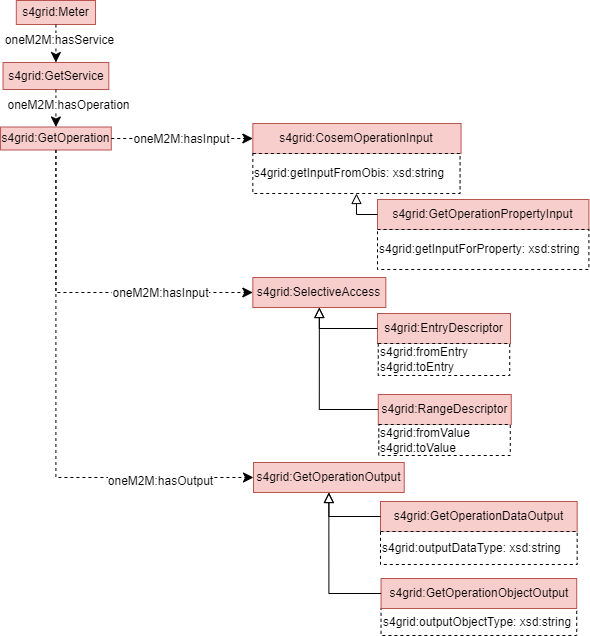
Earlier version of the draw.io export documentation/diagrams/SAREF4GRID_Get_service.png (Sergio-Carulli/saref4grid). Source tidied: cells renumbered, new cells last; positions are measured from the earlier drawing's top-left corner, leaving out a move shared by most shapes. Source of this version:
```xml
<mxGraphModel>
  <root>
    <mxCell id="0" />
    <mxCell id="1" parent="0" />
    <mxCell id="2" value="s4grid:Meter" style="rounded=0;whiteSpace=wrap;html=1;snapToPoint=1;points=[[0.1,0],[0.2,0],[0.3,0],[0.4,0],[0.5,0],[0.6,0],[0.7,0],[0.8,0],[0.9,0],[0,0.1],[0,0.3],[0,0.5],[0,0.7],[0,0.9],[0.1,1],[0.2,1],[0.3,1],[0.4,1],[0.5,1],[0.6,1],[0.7,1],[0.8,1],[0.9,1],[1,0.1],[1,0.3],[1,0.5],[1,0.7],[1,0.9]];fillColor=#f8cecc;strokeColor=#b85450;" parent="1" vertex="1">
      <mxGeometry x="15.8" width="79.2" height="24" as="geometry" />
    </mxCell>
    <mxCell id="3" value="s4grid:GetService" style="rounded=0;whiteSpace=wrap;html=1;snapToPoint=1;points=[[0.1,0],[0.2,0],[0.3,0],[0.4,0],[0.5,0],[0.6,0],[0.7,0],[0.8,0],[0.9,0],[0,0.1],[0,0.3],[0,0.5],[0,0.7],[0,0.9],[0.1,1],[0.2,1],[0.3,1],[0.4,1],[0.5,1],[0.6,1],[0.7,1],[0.8,1],[0.9,1],[1,0.1],[1,0.3],[1,0.5],[1,0.7],[1,0.9]];fillColor=#f8cecc;strokeColor=#b85450;" parent="1" vertex="1">
      <mxGeometry x="2.5" y="62" width="105.8" height="27" as="geometry" />
    </mxCell>
    <mxCell id="4" style="endArrow=classic;html=1;endSize=8;arcSize=0;rounded=0;entryX=0.5;entryY=0;entryDx=0;entryDy=0;dashed=1;exitX=0.5;exitY=1;exitDx=0;exitDy=0;" parent="1" edge="1" source="2" target="3">
      <mxGeometry relative="1" as="geometry" />
    </mxCell>
    <mxCell id="5" value="&lt;div&gt;oneM2M:hasService&lt;/div&gt;" style="text;html=1;align=center;verticalAlign=middle;labelBackgroundColor=#ffffff;" parent="4" vertex="1">
      <mxGeometry x="-0.13" relative="1" as="geometry">
        <mxPoint x="3" y="-2" as="offset" />
      </mxGeometry>
    </mxCell>
    <mxCell id="6" value="s4grid:GetOperation" style="rounded=0;whiteSpace=wrap;html=1;snapToPoint=1;points=[[0.1,0],[0.2,0],[0.3,0],[0.4,0],[0.5,0],[0.6,0],[0.7,0],[0.8,0],[0.9,0],[0,0.1],[0,0.3],[0,0.5],[0,0.7],[0,0.9],[0.1,1],[0.2,1],[0.3,1],[0.4,1],[0.5,1],[0.6,1],[0.7,1],[0.8,1],[0.9,1],[1,0.1],[1,0.3],[1,0.5],[1,0.7],[1,0.9]];fillColor=#f8cecc;strokeColor=#b85450;" parent="1" vertex="1">
      <mxGeometry x="0.1" y="126.5" width="110.7" height="23" as="geometry" />
    </mxCell>
    <mxCell id="7" style="endArrow=classic;html=1;endSize=8;arcSize=0;rounded=0;entryX=0.5;entryY=0;entryDx=0;entryDy=0;exitX=0.5;exitY=1;exitDx=0;exitDy=0;dashed=1;" parent="1" edge="1" source="3" target="6">
      <mxGeometry relative="1" as="geometry" />
    </mxCell>
    <mxCell id="8" value="&lt;div&gt;oneM2M:hasOperation&lt;/div&gt;" style="text;html=1;align=center;verticalAlign=middle;labelBackgroundColor=#ffffff;" parent="7" vertex="1">
      <mxGeometry x="-0.13" relative="1" as="geometry">
        <mxPoint x="12" y="-1" as="offset" />
      </mxGeometry>
    </mxCell>
    <mxCell id="9" value="s4grid:CosemOperationInput" style="rounded=0;whiteSpace=wrap;html=1;snapToPoint=1;points=[[0.1,0],[0.2,0],[0.3,0],[0.4,0],[0.5,0],[0.6,0],[0.7,0],[0.8,0],[0.9,0],[0,0.1],[0,0.3],[0,0.5],[0,0.7],[0,0.9],[0.1,1],[0.2,1],[0.3,1],[0.4,1],[0.5,1],[0.6,1],[0.7,1],[0.8,1],[0.9,1],[1,0.1],[1,0.3],[1,0.5],[1,0.7],[1,0.9]];fillColor=#f8cecc;strokeColor=#b85450;" parent="1" vertex="1">
      <mxGeometry x="252.3" y="123" width="208.2" height="30" as="geometry" />
    </mxCell>
    <mxCell id="10" value="s4grid:getInputFromObis: xsd:string" style="rounded=0;whiteSpace=wrap;html=1;snapToPoint=1;points=[[0.1,0],[0.2,0],[0.3,0],[0.4,0],[0.5,0],[0.6,0],[0.7,0],[0.8,0],[0.9,0],[0,0.1],[0,0.3],[0,0.5],[0,0.7],[0,0.9],[0.1,1],[0.2,1],[0.3,1],[0.4,1],[0.5,1],[0.6,1],[0.7,1],[0.8,1],[0.9,1],[1,0.1],[1,0.3],[1,0.5],[1,0.7],[1,0.9]];dashed=1;align=left;" parent="1" vertex="1">
      <mxGeometry x="252.3" y="153" width="207.2" height="40" as="geometry" />
    </mxCell>
    <mxCell id="11" value="s4grid:SelectiveAccess" style="rounded=0;whiteSpace=wrap;html=1;snapToPoint=1;points=[[0.1,0],[0.2,0],[0.3,0],[0.4,0],[0.5,0],[0.6,0],[0.7,0],[0.8,0],[0.9,0],[0,0.1],[0,0.3],[0,0.5],[0,0.7],[0,0.9],[0.1,1],[0.2,1],[0.3,1],[0.4,1],[0.5,1],[0.6,1],[0.7,1],[0.8,1],[0.9,1],[1,0.1],[1,0.3],[1,0.5],[1,0.7],[1,0.9]];fillColor=#f8cecc;strokeColor=#b85450;" parent="1" vertex="1">
      <mxGeometry x="252.3" y="277" width="133" height="30" as="geometry" />
    </mxCell>
    <mxCell id="12" value="s4grid:RangeDescriptor" style="rounded=0;whiteSpace=wrap;html=1;snapToPoint=1;points=[[0.1,0],[0.2,0],[0.3,0],[0.4,0],[0.5,0],[0.6,0],[0.7,0],[0.8,0],[0.9,0],[0,0.1],[0,0.3],[0,0.5],[0,0.7],[0,0.9],[0.1,1],[0.2,1],[0.3,1],[0.4,1],[0.5,1],[0.6,1],[0.7,1],[0.8,1],[0.9,1],[1,0.1],[1,0.3],[1,0.5],[1,0.7],[1,0.9]];fillColor=#f8cecc;strokeColor=#b85450;" parent="1" vertex="1">
      <mxGeometry x="377.8" y="394" width="133" height="30" as="geometry" />
    </mxCell>
    <mxCell id="13" value="s4grid:EntryDescriptor" style="rounded=0;whiteSpace=wrap;html=1;snapToPoint=1;points=[[0.1,0],[0.2,0],[0.3,0],[0.4,0],[0.5,0],[0.6,0],[0.7,0],[0.8,0],[0.9,0],[0,0.1],[0,0.3],[0,0.5],[0,0.7],[0,0.9],[0.1,1],[0.2,1],[0.3,1],[0.4,1],[0.5,1],[0.6,1],[0.7,1],[0.8,1],[0.9,1],[1,0.1],[1,0.3],[1,0.5],[1,0.7],[1,0.9]];fillColor=#f8cecc;strokeColor=#b85450;" parent="1" vertex="1">
      <mxGeometry x="377" y="313" width="133" height="30" as="geometry" />
    </mxCell>
    <mxCell id="14" value="s4grid:fromValue&lt;br&gt;s4grid:toValue" style="rounded=0;whiteSpace=wrap;html=1;dashed=1;align=left;" parent="1" vertex="1">
      <mxGeometry x="378.3" y="424" width="131.5" height="31" as="geometry" />
    </mxCell>
    <mxCell id="15" value="s4grid:fromEntry&lt;br&gt;s4grid:toEntry" style="rounded=0;whiteSpace=wrap;html=1;dashed=1;align=left;" parent="1" vertex="1">
      <mxGeometry x="377.8" y="343" width="131.5" height="32" as="geometry" />
    </mxCell>
    <mxCell id="16" style="endArrow=block;html=1;fontColor=#000099;exitX=0;exitY=0.5;exitDx=0;exitDy=0;endFill=0;endSize=8;arcSize=0;rounded=0;entryX=0.5;entryY=1;entryDx=0;entryDy=0;edgeStyle=orthogonalEdgeStyle;" parent="1" edge="1" source="12" target="11">
      <mxGeometry relative="1" as="geometry" />
    </mxCell>
    <mxCell id="17" style="endArrow=block;html=1;fontColor=#000099;exitX=0;exitY=0.5;exitDx=0;exitDy=0;endFill=0;endSize=8;arcSize=0;rounded=0;entryX=0.5;entryY=1;entryDx=0;entryDy=0;edgeStyle=orthogonalEdgeStyle;" parent="1" edge="1" source="13" target="11">
      <mxGeometry relative="1" as="geometry" />
    </mxCell>
    <mxCell id="18" value="s4grid:GetOperationOutput" style="rounded=0;whiteSpace=wrap;html=1;snapToPoint=1;points=[[0.1,0],[0.2,0],[0.3,0],[0.4,0],[0.5,0],[0.6,0],[0.7,0],[0.8,0],[0.9,0],[0,0.1],[0,0.3],[0,0.5],[0,0.7],[0,0.9],[0.1,1],[0.2,1],[0.3,1],[0.4,1],[0.5,1],[0.6,1],[0.7,1],[0.8,1],[0.9,1],[1,0.1],[1,0.3],[1,0.5],[1,0.7],[1,0.9]];fillColor=#f8cecc;strokeColor=#b85450;" parent="1" vertex="1">
      <mxGeometry x="253" y="462" width="150.7" height="30" as="geometry" />
    </mxCell>
    <mxCell id="19" value="s4grid:outputObjectType: xsd:string" style="rounded=0;whiteSpace=wrap;html=1;dashed=1;align=left;" parent="1" vertex="1">
      <mxGeometry x="380.5" y="608" width="195.7" height="27" as="geometry" />
    </mxCell>
    <mxCell id="20" value="s4grid:GetOperationDataOutput" style="rounded=0;whiteSpace=wrap;html=1;snapToPoint=1;points=[[0.1,0],[0.2,0],[0.3,0],[0.4,0],[0.5,0],[0.6,0],[0.7,0],[0.8,0],[0.9,0],[0,0.1],[0,0.3],[0,0.5],[0,0.7],[0,0.9],[0.1,1],[0.2,1],[0.3,1],[0.4,1],[0.5,1],[0.6,1],[0.7,1],[0.8,1],[0.9,1],[1,0.1],[1,0.3],[1,0.5],[1,0.7],[1,0.9]];fillColor=#f8cecc;strokeColor=#b85450;" parent="1" vertex="1">
      <mxGeometry x="380" y="501" width="196.7" height="30" as="geometry" />
    </mxCell>
    <mxCell id="21" value="s4grid:GetOperationObjectOutput" style="rounded=0;whiteSpace=wrap;html=1;snapToPoint=1;points=[[0.1,0],[0.2,0],[0.3,0],[0.4,0],[0.5,0],[0.6,0],[0.7,0],[0.8,0],[0.9,0],[0,0.1],[0,0.3],[0,0.5],[0,0.7],[0,0.9],[0.1,1],[0.2,1],[0.3,1],[0.4,1],[0.5,1],[0.6,1],[0.7,1],[0.8,1],[0.9,1],[1,0.1],[1,0.3],[1,0.5],[1,0.7],[1,0.9]];fillColor=#f8cecc;strokeColor=#b85450;" parent="1" vertex="1">
      <mxGeometry x="380.5" y="578" width="195.7" height="30" as="geometry" />
    </mxCell>
    <mxCell id="22" style="endArrow=block;html=1;fontColor=#000099;exitX=0;exitY=0.5;exitDx=0;exitDy=0;endFill=0;endSize=8;arcSize=0;rounded=0;entryX=0.5;entryY=1;entryDx=0;entryDy=0;edgeStyle=orthogonalEdgeStyle;" parent="1" edge="1" source="20" target="18">
      <mxGeometry relative="1" as="geometry" />
    </mxCell>
    <mxCell id="23" style="endArrow=block;html=1;fontColor=#000099;exitX=0;exitY=0.5;exitDx=0;exitDy=0;endFill=0;endSize=8;arcSize=0;rounded=0;entryX=0.5;entryY=1;entryDx=0;entryDy=0;edgeStyle=orthogonalEdgeStyle;" parent="1" edge="1" source="21" target="18">
      <mxGeometry relative="1" as="geometry" />
    </mxCell>
    <mxCell id="24" value="s4grid:outputDataType: xsd:string" style="rounded=0;whiteSpace=wrap;html=1;dashed=1;align=left;" parent="1" vertex="1">
      <mxGeometry x="380" y="531" width="196.7" height="33" as="geometry" />
    </mxCell>
    <mxCell id="25" value="s4grid:GetOperationPropertyInput" style="rounded=0;whiteSpace=wrap;html=1;snapToPoint=1;points=[[0.1,0],[0.2,0],[0.3,0],[0.4,0],[0.5,0],[0.6,0],[0.7,0],[0.8,0],[0.9,0],[0,0.1],[0,0.3],[0,0.5],[0,0.7],[0,0.9],[0.1,1],[0.2,1],[0.3,1],[0.4,1],[0.5,1],[0.6,1],[0.7,1],[0.8,1],[0.9,1],[1,0.1],[1,0.3],[1,0.5],[1,0.7],[1,0.9]];fillColor=#f8cecc;strokeColor=#b85450;" parent="1" vertex="1">
      <mxGeometry x="377" y="199" width="211.4" height="30" as="geometry" />
    </mxCell>
    <mxCell id="26" value="s4grid:getInputForProperty: xsd:string" style="rounded=0;whiteSpace=wrap;html=1;dashed=1;align=left;" parent="1" vertex="1">
      <mxGeometry x="377" y="229" width="211.4" height="40" as="geometry" />
    </mxCell>
    <mxCell id="27" style="endArrow=block;html=1;fontColor=#000099;exitX=0;exitY=0.5;exitDx=0;exitDy=0;endFill=0;endSize=8;arcSize=0;rounded=0;edgeStyle=orthogonalEdgeStyle;entryX=0.5;entryY=1;entryDx=0;entryDy=0;" parent="1" edge="1" source="25" target="10">
      <mxGeometry relative="1" as="geometry" />
    </mxCell>
    <mxCell id="28" style="endArrow=classic;html=1;endSize=8;arcSize=0;rounded=0;entryX=0;entryY=0.5;entryDx=0;entryDy=0;exitX=1;exitY=0.5;exitDx=0;exitDy=0;dashed=1;edgeStyle=orthogonalEdgeStyle;" parent="1" edge="1" source="6" target="9">
      <mxGeometry relative="1" as="geometry" />
    </mxCell>
    <mxCell id="29" value="oneM2M:hasInput" style="text;html=1;align=center;verticalAlign=middle;labelBackgroundColor=#ffffff;" parent="1" vertex="1">
      <mxGeometry x="180" y="138" as="geometry" />
    </mxCell>
    <mxCell id="30" style="endArrow=classic;html=1;endSize=8;arcSize=0;rounded=0;entryX=0;entryY=0.5;entryDx=0;entryDy=0;exitX=0.5;exitY=1;exitDx=0;exitDy=0;dashed=1;edgeStyle=orthogonalEdgeStyle;" parent="1" edge="1" source="6" target="11">
      <mxGeometry relative="1" as="geometry" />
    </mxCell>
    <mxCell id="31" value="oneM2M:hasInput" style="text;html=1;align=center;verticalAlign=middle;labelBackgroundColor=#ffffff;" parent="1" vertex="1">
      <mxGeometry x="159" y="292" as="geometry" />
    </mxCell>
    <mxCell id="32" style="endArrow=classic;html=1;endSize=8;arcSize=0;rounded=0;entryX=0;entryY=0.5;entryDx=0;entryDy=0;exitX=0.5;exitY=1;exitDx=0;exitDy=0;dashed=1;edgeStyle=orthogonalEdgeStyle;" parent="1" edge="1" source="6" target="18">
      <mxGeometry relative="1" as="geometry" />
    </mxCell>
    <mxCell id="33" value="oneM2M:hasOutput" style="text;html=1;align=center;verticalAlign=middle;labelBackgroundColor=#ffffff;" parent="1" vertex="1">
      <mxGeometry x="159" y="480" as="geometry" />
    </mxCell>
  </root>
</mxGraphModel>
```
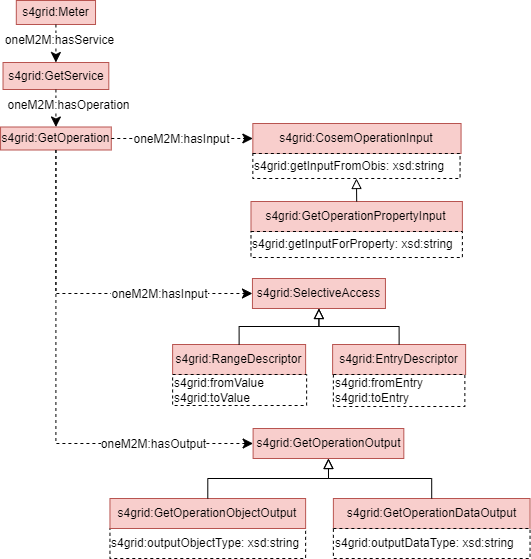
After the commit.

Change to the diagram source:
```diff
@@ -31,57 +31,57 @@
       <mxGeometry x="252.3" y="123" width="208.2" height="30" as="geometry" />
     </mxCell>
     <mxCell id="10" value="s4grid:getInputFromObis: xsd:string" style="rounded=0;whiteSpace=wrap;html=1;snapToPoint=1;points=[[0.1,0],[0.2,0],[0.3,0],[0.4,0],[0.5,0],[0.6,0],[0.7,0],[0.8,0],[0.9,0],[0,0.1],[0,0.3],[0,0.5],[0,0.7],[0,0.9],[0.1,1],[0.2,1],[0.3,1],[0.4,1],[0.5,1],[0.6,1],[0.7,1],[0.8,1],[0.9,1],[1,0.1],[1,0.3],[1,0.5],[1,0.7],[1,0.9]];dashed=1;align=left;" parent="1" vertex="1">
-      <mxGeometry x="252.3" y="153" width="207.2" height="40" as="geometry" />
+      <mxGeometry x="252.3" y="153" width="207.2" height="25" as="geometry" />
     </mxCell>
     <mxCell id="11" value="s4grid:SelectiveAccess" style="rounded=0;whiteSpace=wrap;html=1;snapToPoint=1;points=[[0.1,0],[0.2,0],[0.3,0],[0.4,0],[0.5,0],[0.6,0],[0.7,0],[0.8,0],[0.9,0],[0,0.1],[0,0.3],[0,0.5],[0,0.7],[0,0.9],[0.1,1],[0.2,1],[0.3,1],[0.4,1],[0.5,1],[0.6,1],[0.7,1],[0.8,1],[0.9,1],[1,0.1],[1,0.3],[1,0.5],[1,0.7],[1,0.9]];fillColor=#f8cecc;strokeColor=#b85450;" parent="1" vertex="1">
-      <mxGeometry x="252.3" y="277" width="133" height="30" as="geometry" />
+      <mxGeometry x="251.9" y="278" width="133" height="30" as="geometry" />
     </mxCell>
     <mxCell id="12" value="s4grid:RangeDescriptor" style="rounded=0;whiteSpace=wrap;html=1;snapToPoint=1;points=[[0.1,0],[0.2,0],[0.3,0],[0.4,0],[0.5,0],[0.6,0],[0.7,0],[0.8,0],[0.9,0],[0,0.1],[0,0.3],[0,0.5],[0,0.7],[0,0.9],[0.1,1],[0.2,1],[0.3,1],[0.4,1],[0.5,1],[0.6,1],[0.7,1],[0.8,1],[0.9,1],[1,0.1],[1,0.3],[1,0.5],[1,0.7],[1,0.9]];fillColor=#f8cecc;strokeColor=#b85450;" parent="1" vertex="1">
-      <mxGeometry x="377.8" y="394" width="133" height="30" as="geometry" />
+      <mxGeometry x="172.1" y="344" width="133" height="30" as="geometry" />
     </mxCell>
     <mxCell id="13" value="s4grid:EntryDescriptor" style="rounded=0;whiteSpace=wrap;html=1;snapToPoint=1;points=[[0.1,0],[0.2,0],[0.3,0],[0.4,0],[0.5,0],[0.6,0],[0.7,0],[0.8,0],[0.9,0],[0,0.1],[0,0.3],[0,0.5],[0,0.7],[0,0.9],[0.1,1],[0.2,1],[0.3,1],[0.4,1],[0.5,1],[0.6,1],[0.7,1],[0.8,1],[0.9,1],[1,0.1],[1,0.3],[1,0.5],[1,0.7],[1,0.9]];fillColor=#f8cecc;strokeColor=#b85450;" parent="1" vertex="1">
-      <mxGeometry x="377" y="313" width="133" height="30" as="geometry" />
+      <mxGeometry x="332.1" y="344" width="133" height="30" as="geometry" />
     </mxCell>
     <mxCell id="14" value="s4grid:fromValue&lt;br&gt;s4grid:toValue" style="rounded=0;whiteSpace=wrap;html=1;dashed=1;align=left;" parent="1" vertex="1">
-      <mxGeometry x="378.3" y="424" width="131.5" height="31" as="geometry" />
+      <mxGeometry x="172.1" y="374" width="134" height="31" as="geometry" />
     </mxCell>
     <mxCell id="15" value="s4grid:fromEntry&lt;br&gt;s4grid:toEntry" style="rounded=0;whiteSpace=wrap;html=1;dashed=1;align=left;" parent="1" vertex="1">
-      <mxGeometry x="377.8" y="343" width="131.5" height="32" as="geometry" />
+      <mxGeometry x="332.9" y="374" width="131.5" height="32" as="geometry" />
     </mxCell>
-    <mxCell id="16" style="endArrow=block;html=1;fontColor=#000099;exitX=0;exitY=0.5;exitDx=0;exitDy=0;endFill=0;endSize=8;arcSize=0;rounded=0;entryX=0.5;entryY=1;entryDx=0;entryDy=0;edgeStyle=orthogonalEdgeStyle;" parent="1" edge="1" source="12" target="11">
+    <mxCell id="16" style="endArrow=block;html=1;fontColor=#000099;exitX=0.5;exitY=0;exitDx=0;exitDy=0;endFill=0;endSize=8;arcSize=0;rounded=0;entryX=0.5;entryY=1;entryDx=0;entryDy=0;edgeStyle=orthogonalEdgeStyle;" parent="1" edge="1" source="12" target="11">
       <mxGeometry relative="1" as="geometry" />
     </mxCell>
-    <mxCell id="17" style="endArrow=block;html=1;fontColor=#000099;exitX=0;exitY=0.5;exitDx=0;exitDy=0;endFill=0;endSize=8;arcSize=0;rounded=0;entryX=0.5;entryY=1;entryDx=0;entryDy=0;edgeStyle=orthogonalEdgeStyle;" parent="1" edge="1" source="13" target="11">
+    <mxCell id="17" style="endArrow=block;html=1;fontColor=#000099;exitX=0.5;exitY=0;exitDx=0;exitDy=0;endFill=0;endSize=8;arcSize=0;rounded=0;entryX=0.5;entryY=1;entryDx=0;entryDy=0;edgeStyle=orthogonalEdgeStyle;" parent="1" edge="1" source="13" target="11">
       <mxGeometry relative="1" as="geometry" />
     </mxCell>
     <mxCell id="18" value="s4grid:GetOperationOutput" style="rounded=0;whiteSpace=wrap;html=1;snapToPoint=1;points=[[0.1,0],[0.2,0],[0.3,0],[0.4,0],[0.5,0],[0.6,0],[0.7,0],[0.8,0],[0.9,0],[0,0.1],[0,0.3],[0,0.5],[0,0.7],[0,0.9],[0.1,1],[0.2,1],[0.3,1],[0.4,1],[0.5,1],[0.6,1],[0.7,1],[0.8,1],[0.9,1],[1,0.1],[1,0.3],[1,0.5],[1,0.7],[1,0.9]];fillColor=#f8cecc;strokeColor=#b85450;" parent="1" vertex="1">
-      <mxGeometry x="253" y="462" width="150.7" height="30" as="geometry" />
+      <mxGeometry x="252.6" y="428" width="150.7" height="30" as="geometry" />
     </mxCell>
     <mxCell id="19" value="s4grid:outputObjectType: xsd:string" style="rounded=0;whiteSpace=wrap;html=1;dashed=1;align=left;" parent="1" vertex="1">
-      <mxGeometry x="380.5" y="608" width="195.7" height="27" as="geometry" />
+      <mxGeometry x="109.5" y="528" width="195.7" height="30" as="geometry" />
     </mxCell>
     <mxCell id="20" value="s4grid:GetOperationDataOutput" style="rounded=0;whiteSpace=wrap;html=1;snapToPoint=1;points=[[0.1,0],[0.2,0],[0.3,0],[0.4,0],[0.5,0],[0.6,0],[0.7,0],[0.8,0],[0.9,0],[0,0.1],[0,0.3],[0,0.5],[0,0.7],[0,0.9],[0.1,1],[0.2,1],[0.3,1],[0.4,1],[0.5,1],[0.6,1],[0.7,1],[0.8,1],[0.9,1],[1,0.1],[1,0.3],[1,0.5],[1,0.7],[1,0.9]];fillColor=#f8cecc;strokeColor=#b85450;" parent="1" vertex="1">
-      <mxGeometry x="380" y="501" width="196.7" height="30" as="geometry" />
+      <mxGeometry x="332.9" y="498" width="196.7" height="30" as="geometry" />
     </mxCell>
     <mxCell id="21" value="s4grid:GetOperationObjectOutput" style="rounded=0;whiteSpace=wrap;html=1;snapToPoint=1;points=[[0.1,0],[0.2,0],[0.3,0],[0.4,0],[0.5,0],[0.6,0],[0.7,0],[0.8,0],[0.9,0],[0,0.1],[0,0.3],[0,0.5],[0,0.7],[0,0.9],[0.1,1],[0.2,1],[0.3,1],[0.4,1],[0.5,1],[0.6,1],[0.7,1],[0.8,1],[0.9,1],[1,0.1],[1,0.3],[1,0.5],[1,0.7],[1,0.9]];fillColor=#f8cecc;strokeColor=#b85450;" parent="1" vertex="1">
-      <mxGeometry x="380.5" y="578" width="195.7" height="30" as="geometry" />
+      <mxGeometry x="109.5" y="498" width="195.7" height="30" as="geometry" />
     </mxCell>
-    <mxCell id="22" style="endArrow=block;html=1;fontColor=#000099;exitX=0;exitY=0.5;exitDx=0;exitDy=0;endFill=0;endSize=8;arcSize=0;rounded=0;entryX=0.5;entryY=1;entryDx=0;entryDy=0;edgeStyle=orthogonalEdgeStyle;" parent="1" edge="1" source="20" target="18">
+    <mxCell id="22" style="endArrow=block;html=1;fontColor=#000099;exitX=0.5;exitY=0;exitDx=0;exitDy=0;endFill=0;endSize=8;arcSize=0;rounded=0;entryX=0.5;entryY=1;entryDx=0;entryDy=0;edgeStyle=orthogonalEdgeStyle;" parent="1" edge="1" source="20" target="18">
       <mxGeometry relative="1" as="geometry" />
     </mxCell>
-    <mxCell id="23" style="endArrow=block;html=1;fontColor=#000099;exitX=0;exitY=0.5;exitDx=0;exitDy=0;endFill=0;endSize=8;arcSize=0;rounded=0;entryX=0.5;entryY=1;entryDx=0;entryDy=0;edgeStyle=orthogonalEdgeStyle;" parent="1" edge="1" source="21" target="18">
+    <mxCell id="23" style="endArrow=block;html=1;fontColor=#000099;exitX=0.5;exitY=0;exitDx=0;exitDy=0;endFill=0;endSize=8;arcSize=0;rounded=0;entryX=0.5;entryY=1;entryDx=0;entryDy=0;edgeStyle=orthogonalEdgeStyle;" parent="1" edge="1" source="21" target="18">
       <mxGeometry relative="1" as="geometry" />
     </mxCell>
     <mxCell id="24" value="s4grid:outputDataType: xsd:string" style="rounded=0;whiteSpace=wrap;html=1;dashed=1;align=left;" parent="1" vertex="1">
-      <mxGeometry x="380" y="531" width="196.7" height="33" as="geometry" />
+      <mxGeometry x="332.9" y="528" width="196.7" height="30" as="geometry" />
     </mxCell>
     <mxCell id="25" value="s4grid:GetOperationPropertyInput" style="rounded=0;whiteSpace=wrap;html=1;snapToPoint=1;points=[[0.1,0],[0.2,0],[0.3,0],[0.4,0],[0.5,0],[0.6,0],[0.7,0],[0.8,0],[0.9,0],[0,0.1],[0,0.3],[0,0.5],[0,0.7],[0,0.9],[0.1,1],[0.2,1],[0.3,1],[0.4,1],[0.5,1],[0.6,1],[0.7,1],[0.8,1],[0.9,1],[1,0.1],[1,0.3],[1,0.5],[1,0.7],[1,0.9]];fillColor=#f8cecc;strokeColor=#b85450;" parent="1" vertex="1">
-      <mxGeometry x="377" y="199" width="211.4" height="30" as="geometry" />
+      <mxGeometry x="250.5" y="201" width="211.4" height="30" as="geometry" />
     </mxCell>
     <mxCell id="26" value="s4grid:getInputForProperty: xsd:string" style="rounded=0;whiteSpace=wrap;html=1;dashed=1;align=left;" parent="1" vertex="1">
-      <mxGeometry x="377" y="229" width="211.4" height="40" as="geometry" />
+      <mxGeometry x="250.5" y="231" width="211.4" height="26" as="geometry" />
     </mxCell>
-    <mxCell id="27" style="endArrow=block;html=1;fontColor=#000099;exitX=0;exitY=0.5;exitDx=0;exitDy=0;endFill=0;endSize=8;arcSize=0;rounded=0;edgeStyle=orthogonalEdgeStyle;entryX=0.5;entryY=1;entryDx=0;entryDy=0;" parent="1" edge="1" source="25" target="10">
+    <mxCell id="27" style="endArrow=block;html=1;fontColor=#000099;exitX=0.5;exitY=0;exitDx=0;exitDy=0;endFill=0;endSize=8;arcSize=0;rounded=0;entryX=0.5;entryY=1;entryDx=0;entryDy=0;" parent="1" edge="1" source="25" target="10">
       <mxGeometry relative="1" as="geometry" />
     </mxCell>
     <mxCell id="28" style="endArrow=classic;html=1;endSize=8;arcSize=0;rounded=0;entryX=0;entryY=0.5;entryDx=0;entryDy=0;exitX=1;exitY=0.5;exitDx=0;exitDy=0;dashed=1;edgeStyle=orthogonalEdgeStyle;" parent="1" edge="1" source="6" target="9">
@@ -94,13 +94,13 @@
       <mxGeometry relative="1" as="geometry" />
     </mxCell>
     <mxCell id="31" value="oneM2M:hasInput" style="text;html=1;align=center;verticalAlign=middle;labelBackgroundColor=#ffffff;" parent="1" vertex="1">
-      <mxGeometry x="159" y="292" as="geometry" />
+      <mxGeometry x="158.6" y="293" as="geometry" />
     </mxCell>
     <mxCell id="32" style="endArrow=classic;html=1;endSize=8;arcSize=0;rounded=0;entryX=0;entryY=0.5;entryDx=0;entryDy=0;exitX=0.5;exitY=1;exitDx=0;exitDy=0;dashed=1;edgeStyle=orthogonalEdgeStyle;" parent="1" edge="1" source="6" target="18">
       <mxGeometry relative="1" as="geometry" />
     </mxCell>
     <mxCell id="33" value="oneM2M:hasOutput" style="text;html=1;align=center;verticalAlign=middle;labelBackgroundColor=#ffffff;" parent="1" vertex="1">
-      <mxGeometry x="159" y="480" as="geometry" />
+      <mxGeometry x="152.1" y="443" as="geometry" />
     </mxCell>
   </root>
 </mxGraphModel>
```
